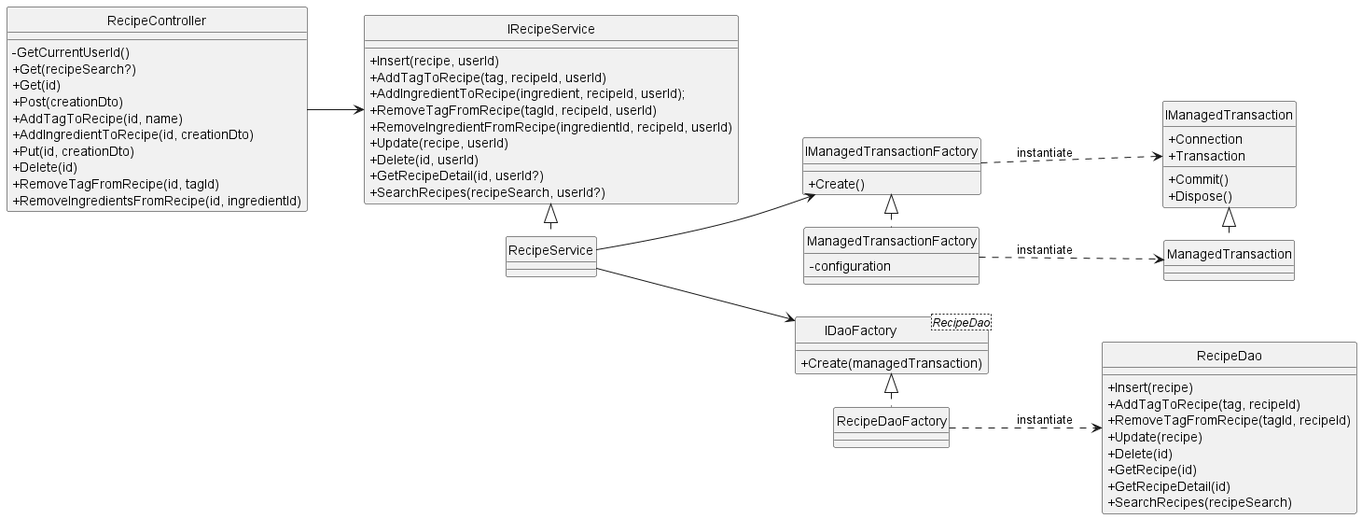
Before: diagrams/classDiagram_serverside.png, a diagram exported from PlantUML (matsimko/recipes-by-ingredients). The source it was exported from:
```plantuml
@startuml
hide circle
skinparam classAttributeIconSize 0
left to right direction
    IRecipeService <|. RecipeService
    IManagedTransaction <|. ManagedTransaction
    IManagedTransactionFactory <|. ManagedTransactionFactory
    IDaoFactory <|. RecipeDaoFactory

    RecipeDaoFactory ..> RecipeDao : instantiate
    ManagedTransactionFactory ..> ManagedTransaction : instantiate
    IManagedTransactionFactory ..> IManagedTransaction : instantiate
    RecipeService --> IDaoFactory
    RecipeService --> IManagedTransactionFactory
    RecipeController --> IRecipeService

    class RecipeDao{
        +Insert(recipe)
        +AddTagToRecipe(tag, recipeId)
        +RemoveTagFromRecipe(tagId, recipeId)
        +Update(recipe)
        +Delete(id)
        +GetRecipe(id)
        +GetRecipeDetail(id)
        +SearchRecipes(recipeSearch)
    }

    class RecipeDaoFactory{
    }

   class IDaoFactory<RecipeDao>{
        +Create(managedTransaction)
    }



    class ManagedTransaction{
    }

    class ManagedTransactionFactory{
        -configuration
    }

    class IManagedTransaction{
        +Connection
        +Transaction
        +Commit()
        +Dispose()
    }

    class IManagedTransactionFactory{
        +Create()
    }

    class RecipeService {

    }

    class IRecipeService{
        +Insert(recipe, userId)
        +AddTagToRecipe(tag, recipeId, userId)
        +AddIngredientToRecipe(ingredient, recipeId, userId);
        +RemoveTagFromRecipe(tagId, recipeId, userId)
        +RemoveIngredientFromRecipe(ingredientId, recipeId, userId)
        +Update(recipe, userId)
        +Delete(id, userId)
        +GetRecipeDetail(id, userId?)
        +SearchRecipes(recipeSearch, userId?)
    }

    class RecipeController{
        -GetCurrentUserId()
        +Get(recipeSearch?)
        +Get(id)
        +Post(creationDto)
        +AddTagToRecipe(id, name)
        +AddIngredientToRecipe(id, creationDto)
        +Put(id, creationDto)
        +Delete(id)
        +RemoveTagFromRecipe(id, tagId)
        +RemoveIngredientsFromRecipe(id, ingredientId)
    }
@enduml
```
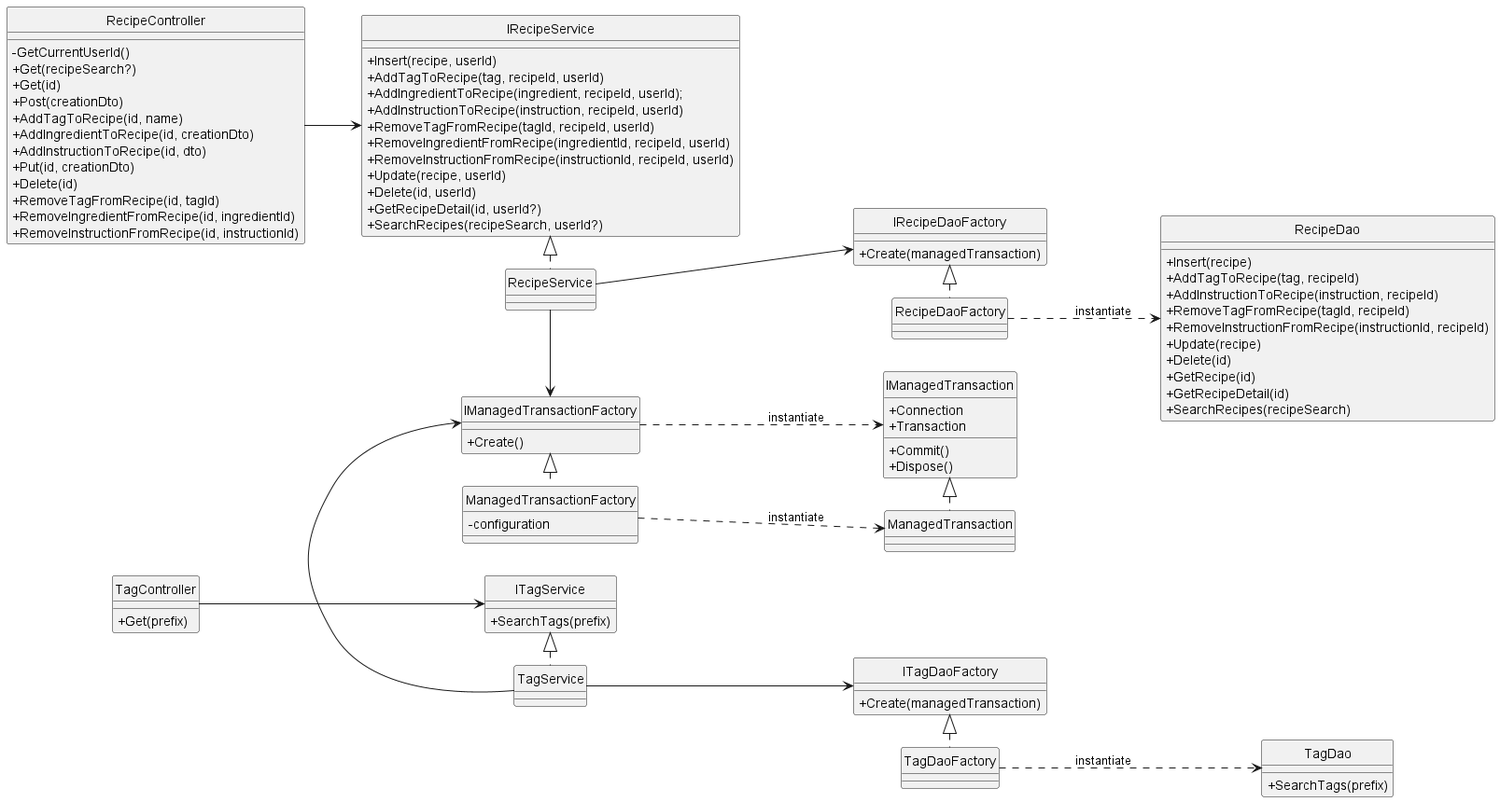
Above is the later version.

Commit message:
Update class diagrams

What changed in the source:
```diff
@@ -5,19 +5,28 @@
     IRecipeService <|. RecipeService
     IManagedTransaction <|. ManagedTransaction
     IManagedTransactionFactory <|. ManagedTransactionFactory
-    IDaoFactory <|. RecipeDaoFactory
+    IRecipeDaoFactory <|. RecipeDaoFactory
 
     RecipeDaoFactory ..> RecipeDao : instantiate
     ManagedTransactionFactory ..> ManagedTransaction : instantiate
     IManagedTransactionFactory ..> IManagedTransaction : instantiate
-    RecipeService --> IDaoFactory
-    RecipeService --> IManagedTransactionFactory
+    RecipeService --> IRecipeDaoFactory
+    RecipeService -> IManagedTransactionFactory
     RecipeController --> IRecipeService
+
+    ITagService <|. TagService
+    ITagDaoFactory <|. TagDaoFactory
+    TagDaoFactory ..> TagDao : instantiate
+    TagService --> ITagDaoFactory
+    IManagedTransactionFactory <- TagService
+    TagController --> ITagService
 
     class RecipeDao{
         +Insert(recipe)
         +AddTagToRecipe(tag, recipeId)
+        +AddInstructionToRecipe(instruction, recipeId)
         +RemoveTagFromRecipe(tagId, recipeId)
+        +RemoveInstructionFromRecipe(instructionId, recipeId)
         +Update(recipe)
         +Delete(id)
         +GetRecipe(id)
@@ -28,11 +37,9 @@
     class RecipeDaoFactory{
     }
 
-   class IDaoFactory<RecipeDao>{
+    class IRecipeDaoFactory{
         +Create(managedTransaction)
     }
-
-
 
     class ManagedTransaction{
     }
@@ -60,8 +67,10 @@
         +Insert(recipe, userId)
         +AddTagToRecipe(tag, recipeId, userId)
         +AddIngredientToRecipe(ingredient, recipeId, userId);
+        +AddInstructionToRecipe(instruction, recipeId, userId)
         +RemoveTagFromRecipe(tagId, recipeId, userId)
         +RemoveIngredientFromRecipe(ingredientId, recipeId, userId)
+        +RemoveInstructionFromRecipe(instructionId, recipeId, userId)
         +Update(recipe, userId)
         +Delete(id, userId)
         +GetRecipeDetail(id, userId?)
@@ -75,9 +84,36 @@
         +Post(creationDto)
         +AddTagToRecipe(id, name)
         +AddIngredientToRecipe(id, creationDto)
+        +AddInstructionToRecipe(id, dto)
         +Put(id, creationDto)
         +Delete(id)
         +RemoveTagFromRecipe(id, tagId)
-        +RemoveIngredientsFromRecipe(id, ingredientId)
+        +RemoveIngredientFromRecipe(id, ingredientId)
+        +RemoveInstructionFromRecipe(id, instructionId)
     }
+
+
+
+    class TagDao{
+        +SearchTags(prefix)
+    }
+
+    class TagDaoFactory{
+    }
+
+    class ITagDaoFactory{
+        +Create(managedTransaction)
+    }
+
+    class ITagService{
+        +SearchTags(prefix)
+    }
+
+    class TagService{
+    }
+
+    class TagController{
+        +Get(prefix)
+    }
+
 @enduml
```
